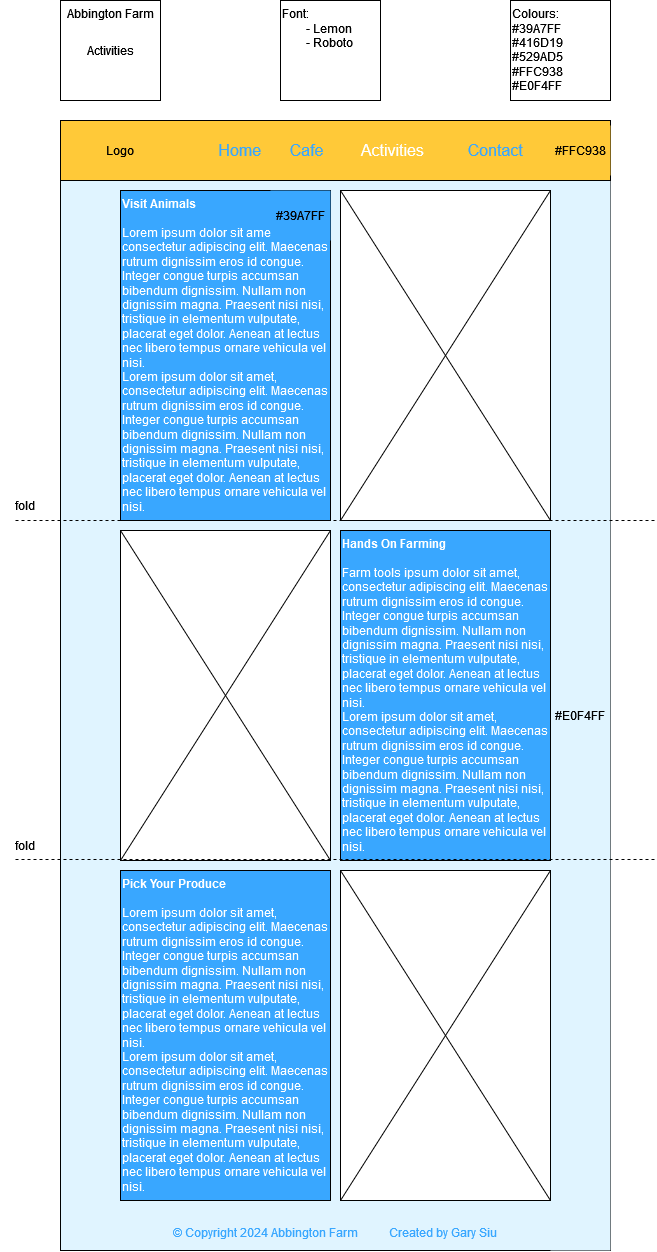
Earlier version of the draw.io export GCC Software Development/Web Course/Assignment/Task 1/Activities.png (G-Siu/100DaysOfCode). Source tidied: cells renumbered, new cells last; positions are measured from the earlier drawing's top-left corner, leaving out a move shared by most shapes.
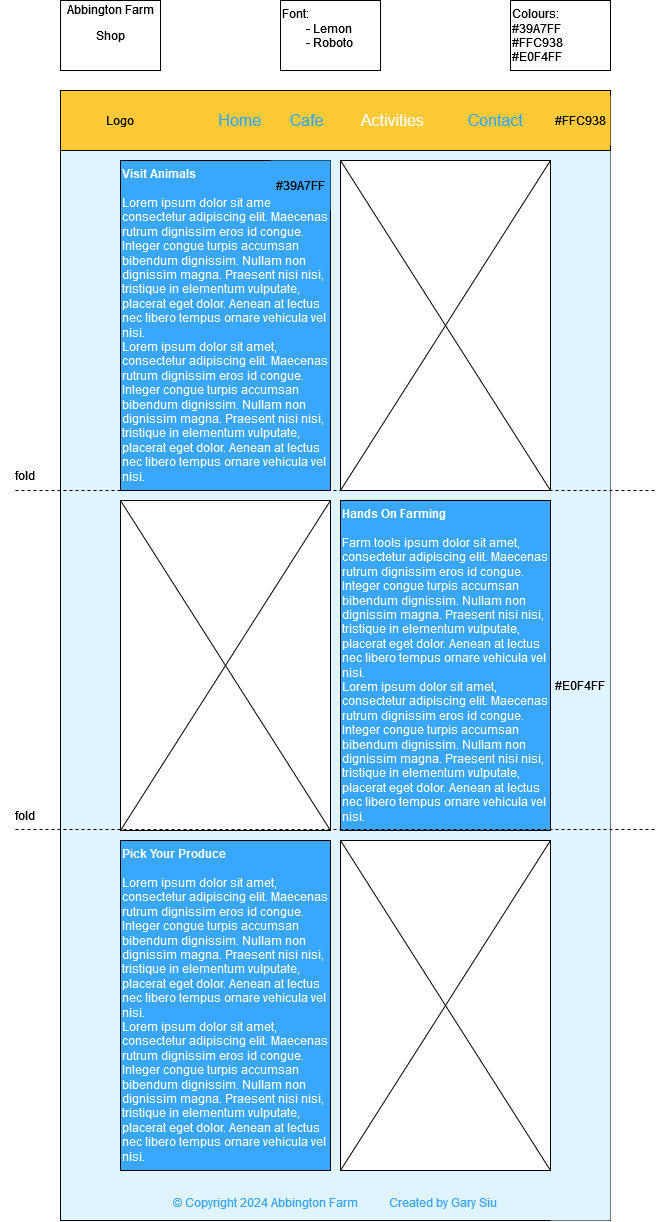
After the commit.

Change to the diagram source:
```diff
@@ -2,18 +2,6 @@
   <root>
     <mxCell id="0" />
     <mxCell id="1" parent="0" />
-    <mxCell id="2" value="Font:&lt;br&gt;&lt;span style=&quot;white-space: pre;&quot;&gt;&#9;&lt;/span&gt;- Lemon&lt;br&gt;&lt;span style=&quot;white-space: pre;&quot;&gt;&#9;&lt;/span&gt;- Roboto" style="rounded=0;whiteSpace=wrap;html=1;align=left;verticalAlign=top;fontStyle=0;" parent="1" vertex="1">
-      <mxGeometry x="280" width="100" height="100" as="geometry" />
-    </mxCell>
-    <mxCell id="3" style="group;" parent="1" vertex="1">
-      <mxGeometry x="60" width="100" height="100" as="geometry" />
-    </mxCell>
-    <mxCell id="4" value="Activities" style="rounded=0;whiteSpace=wrap;html=1;align=center;verticalAlign=middle;" parent="3" vertex="1">
-      <mxGeometry width="100" height="100" as="geometry" />
-    </mxCell>
-    <mxCell id="5" value="Abbington Farm" style="rounded=0;whiteSpace=wrap;html=1;strokeColor=none;fillColor=none;" parent="3" vertex="1">
-      <mxGeometry x="5" width="90" height="25" as="geometry" />
-    </mxCell>
     <mxCell id="6" style="rounded=0;whiteSpace=wrap;html=1;fillColor=#E0F4FF;" parent="1" vertex="1">
       <mxGeometry x="60" y="180" width="550" height="1070" as="geometry" />
     </mxCell>
@@ -98,8 +86,20 @@
     <mxCell id="31" value="#39A7FF" style="rounded=0;whiteSpace=wrap;html=1;fillColor=#39A7FF;strokeColor=none;" parent="1" vertex="1">
       <mxGeometry x="270" y="190" width="60" height="50" as="geometry" />
     </mxCell>
-    <mxCell id="32" value="Colours:&lt;span style=&quot;&quot;&gt; &lt;br&gt;#39A7FF&lt;br&gt;#416D19&lt;br&gt;#529AD5&lt;/span&gt;&lt;br&gt;#FFC938&lt;br&gt;#E0F4FF" style="rounded=0;whiteSpace=wrap;html=1;align=left;verticalAlign=top;fontStyle=0;" parent="1" vertex="1">
-      <mxGeometry x="510" width="100" height="100" as="geometry" />
-    </mxCell>
+    <mxCell id="2" value="Font:&lt;br&gt;&lt;span style=&quot;white-space: pre;&quot;&gt;&#9;&lt;/span&gt;- Lemon&lt;br&gt;&lt;span style=&quot;white-space: pre;&quot;&gt;&#9;&lt;/span&gt;- Roboto" style="rounded=0;whiteSpace=wrap;html=1;align=left;verticalAlign=top;fontStyle=0;" parent="1" vertex="1">
+      <mxGeometry x="280" y="30" width="100" height="70" as="geometry" />
+    </mxCell>
+    <mxCell id="33" value="Colours:&lt;span style=&quot;&quot;&gt; &lt;br&gt;#39A7FF&lt;/span&gt;&lt;br&gt;#FFC938&lt;br&gt;#E0F4FF" style="rounded=0;whiteSpace=wrap;html=1;align=left;verticalAlign=top;fontStyle=0;" parent="1" vertex="1">
+      <mxGeometry x="510" y="30" width="100" height="70" as="geometry" />
+    </mxCell>
+    <mxCell id="34" style="group;" parent="1" vertex="1">
+      <mxGeometry x="60" y="30" width="100" height="70" as="geometry" />
+    </mxCell>
+    <mxCell id="35" value="Shop" style="rounded=0;whiteSpace=wrap;html=1;align=center;verticalAlign=middle;" parent="34" vertex="1">
+      <mxGeometry width="100" height="70" as="geometry" />
+    </mxCell>
+    <mxCell id="5" value="Abbington Farm" style="rounded=0;whiteSpace=wrap;html=1;strokeColor=none;fillColor=none;" parent="34" vertex="1">
+      <mxGeometry x="5" width="90" height="17.5" as="geometry" />
+    </mxCell>
   </root>
 </mxGraphModel>
```
